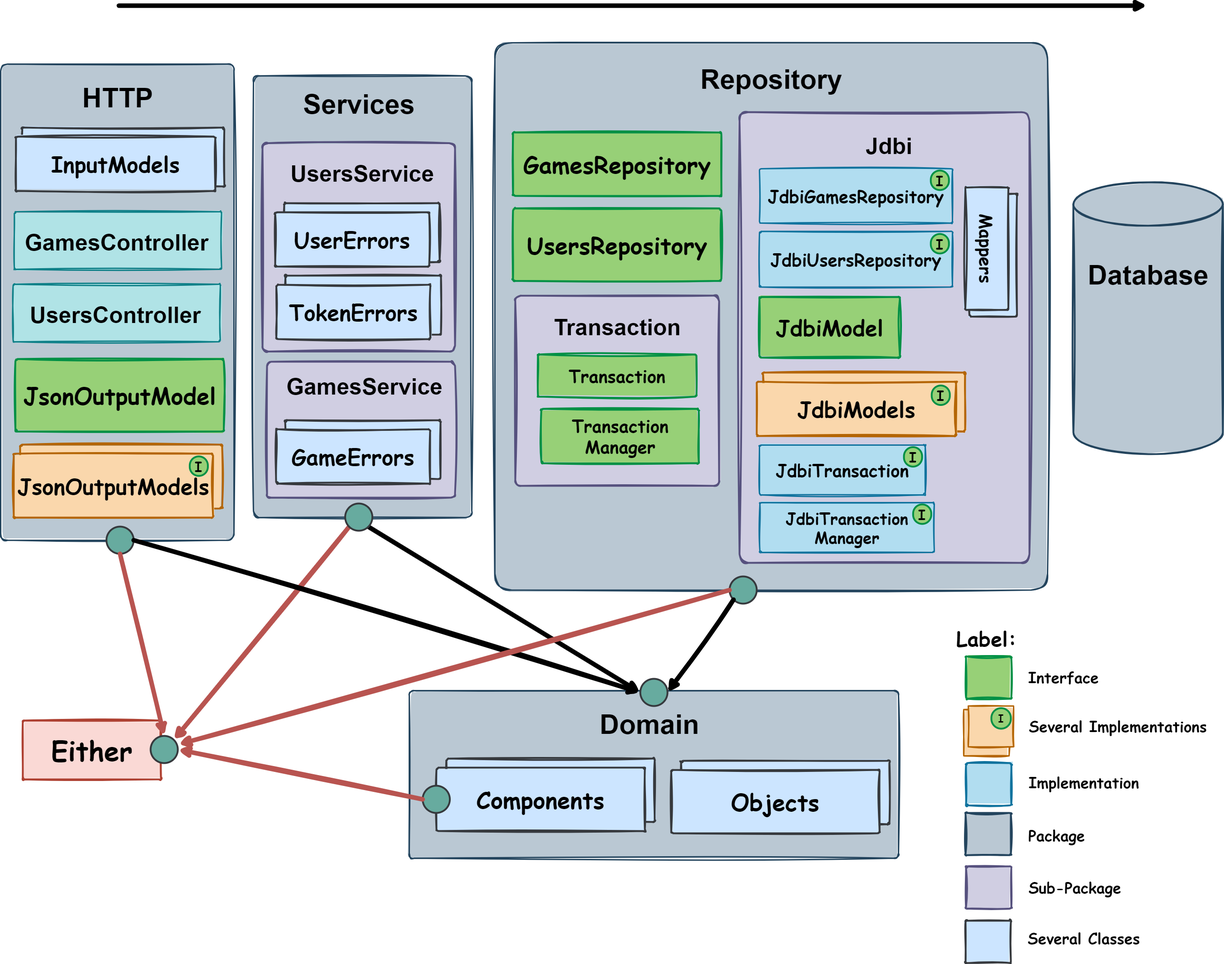
The draw.io diagram docs/diagrams/application-architecture.png in astral-projects/gomoku-web, before a commit. Source tidied: cells renumbered, new cells last; positions are measured from the earlier drawing's top-left corner, leaving out a move shared by most shapes.
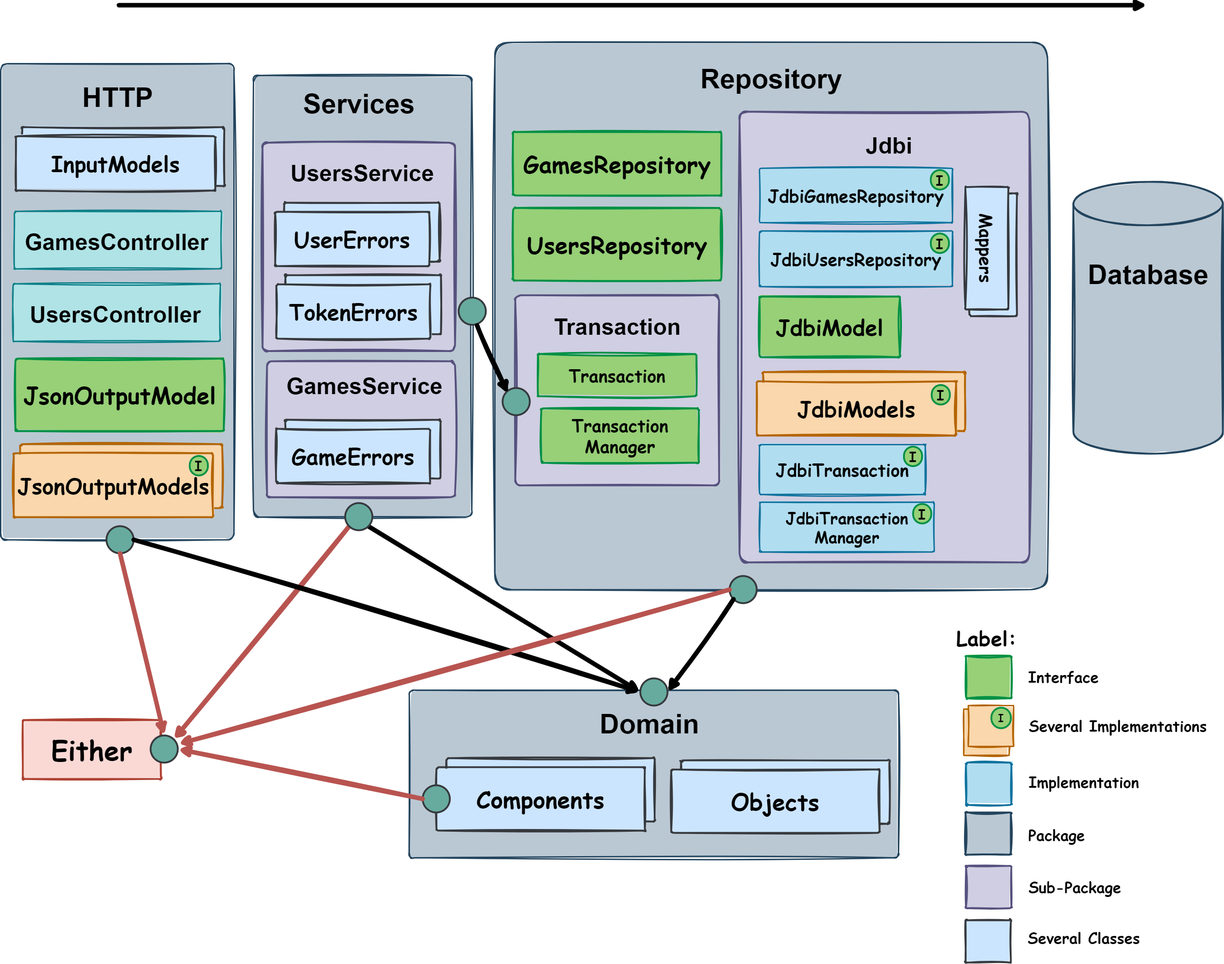
The same file after the commit.

Diff of the diagram source:
```diff
@@ -268,5 +268,17 @@
     <mxCell id="88" value="&lt;span style=&quot;font-size: 33px;&quot;&gt;&lt;b&gt;Several Classes&lt;/b&gt;&lt;/span&gt;" style="text;html=1;align=center;verticalAlign=middle;strokeColor=none;fillColor=none;fontFamily=Comic Sans MS;fontSize=22;" parent="1" vertex="1">
       <mxGeometry x="2256" y="2034" width="270" height="50" as="geometry" />
     </mxCell>
+    <mxCell id="89" style="ellipse;whiteSpace=wrap;html=1;fillColor=#67AB9F;strokeColor=#36393D;strokeWidth=4;" parent="1" vertex="1">
+      <mxGeometry x="1011" y="645.5" width="60" height="60" as="geometry" />
+    </mxCell>
+    <mxCell id="90" style="ellipse;whiteSpace=wrap;html=1;fillColor=#67AB9F;strokeColor=#36393D;strokeWidth=4;" parent="1" vertex="1">
+      <mxGeometry x="1108" y="845" width="60" height="60" as="geometry" />
+    </mxCell>
+    <mxCell id="91" style="endArrow=classic;html=1;rounded=0;strokeWidth=10;sketch=1;curveFitting=1;jiggle=2;fillColor=#f8cecc;strokeColor=#000000;gradientColor=#ea6b66;entryX=0;entryY=0;entryDx=0;entryDy=0;exitX=0.629;exitY=0.958;exitDx=0;exitDy=0;exitPerimeter=0;" parent="1" edge="1">
+      <mxGeometry relative="1" as="geometry">
+        <mxPoint x="1051.7" y="707" as="sourcePoint" />
+        <mxPoint x="1119.8" y="857.8" as="targetPoint" />
+      </mxGeometry>
+    </mxCell>
   </root>
 </mxGraphModel>
```
